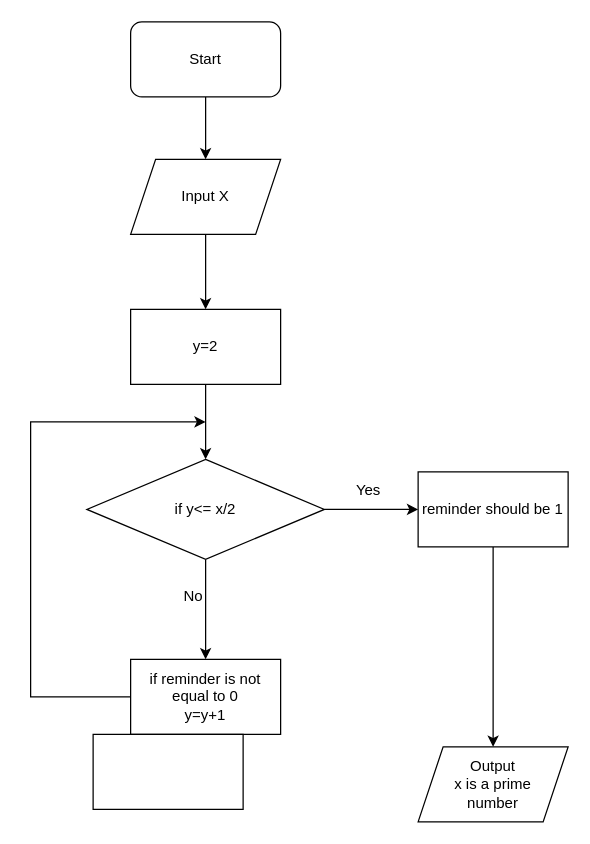
Before: Lab 2/prime number.drawio in Vithun93/LABS-New, a draw.io diagram. Source tidied: cells renumbered, new cells numbered last; positions are measured from the earlier drawing's top-left corner, leaving out a move shared by most shapes. Both pictures are drawn from the tidied source at 125%, with x=0, y=0 at pixel (30, 21).
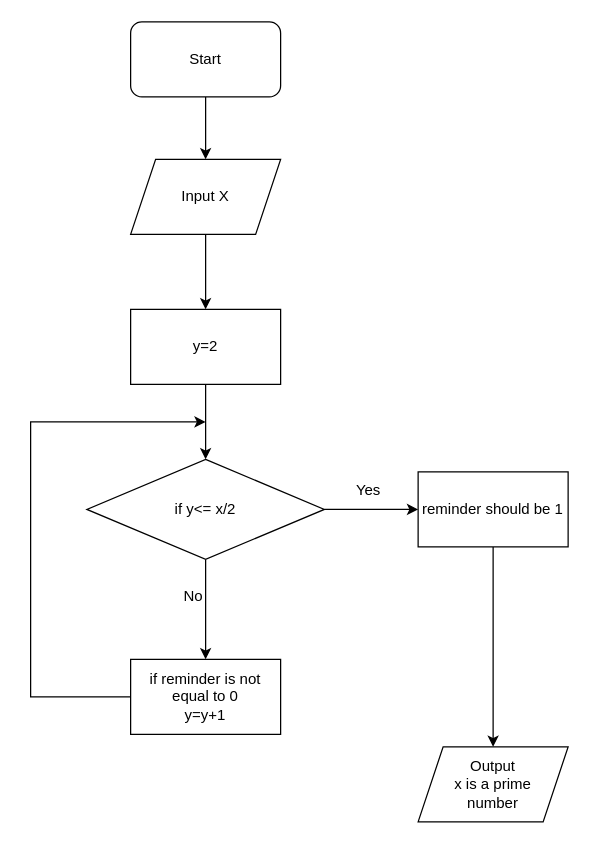
Above is the later version.

What changed in the source:
```diff
@@
-    <mxCell id="18" style="whiteSpace=wrap;html=1;" parent="1" vertex="1">
-      <mxGeometry x="50" y="570" width="120" height="60" as="geometry" />
-    </mxCell>
```
